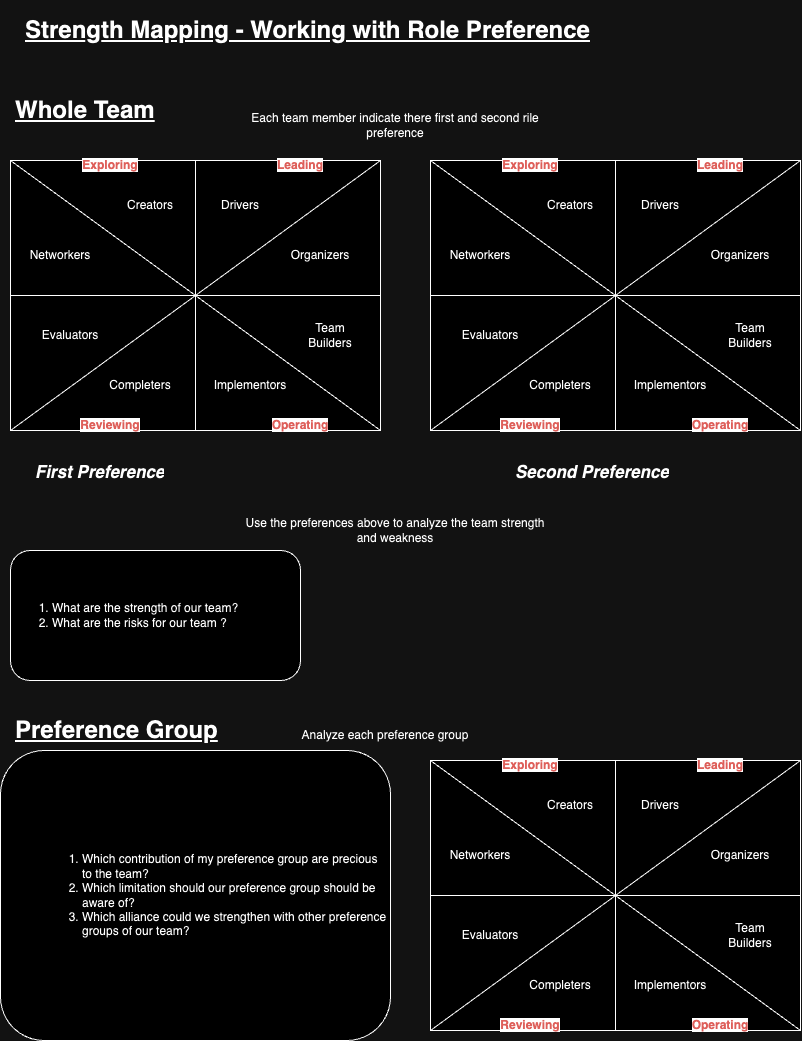
tabdulazeez/all-about-data keeps this draw.io diagram as docs/blog/posts/teammanagement/strengthmapping.png. Above is the earlier version. Source tidied: cells renumbered, new cells last; positions are measured from the earlier drawing's top-left corner, leaving out a move shared by most shapes.
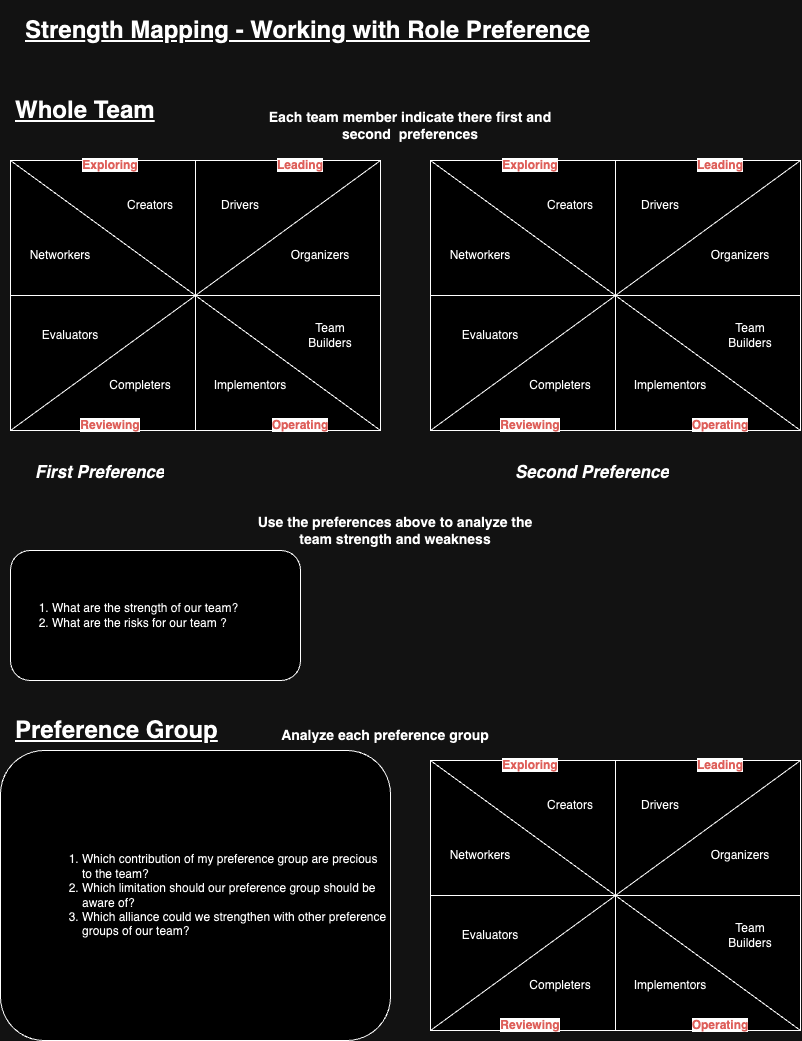
The same file after the commit.

Commit message:
Strength Mapping: Leveraging Role Preferences for Team Success - update image

Diff of the diagram source:
```diff
@@ -185,13 +185,13 @@
     <mxCell id="62" style="endArrow=none;html=1;rounded=0;exitX=0;exitY=0.5;exitDx=0;exitDy=0;entryX=1;entryY=0.5;entryDx=0;entryDy=0;" parent="1" edge="1" source="45" target="45">
       <mxGeometry relative="1" as="geometry" />
     </mxCell>
-    <mxCell id="63" value="Each team member indicate there first and second rile preference" style="text;html=1;strokeColor=none;fillColor=none;align=center;verticalAlign=middle;whiteSpace=wrap;rounded=0;" parent="1" vertex="1">
-      <mxGeometry x="240" y="100" width="310" height="30" as="geometry" />
+    <mxCell id="63" value="&lt;font style=&quot;font-size: 14px;&quot;&gt;&lt;b&gt;Each team member indicate there first and second&amp;nbsp; preferences&lt;/b&gt;&lt;/font&gt;" style="text;html=1;strokeColor=none;fillColor=none;align=center;verticalAlign=middle;whiteSpace=wrap;rounded=0;" parent="1" vertex="1">
+      <mxGeometry x="240" y="100" width="340" height="30" as="geometry" />
     </mxCell>
-    <mxCell id="64" value="Use the preferences above to analyze the team strength and weakness" style="text;html=1;strokeColor=none;fillColor=none;align=center;verticalAlign=middle;whiteSpace=wrap;rounded=0;" parent="1" vertex="1">
+    <mxCell id="64" value="&lt;font style=&quot;font-size: 14px;&quot;&gt;&lt;b&gt;Use the preferences above to analyze the team strength and weakness&lt;/b&gt;&lt;/font&gt;" style="text;html=1;strokeColor=none;fillColor=none;align=center;verticalAlign=middle;whiteSpace=wrap;rounded=0;" parent="1" vertex="1">
       <mxGeometry x="240" y="505" width="310" height="30" as="geometry" />
     </mxCell>
-    <mxCell id="65" value="Analyze each preference group" style="text;html=1;strokeColor=none;fillColor=none;align=center;verticalAlign=middle;whiteSpace=wrap;rounded=0;" parent="1" vertex="1">
+    <mxCell id="65" value="&lt;font style=&quot;font-size: 14px;&quot;&gt;&lt;b&gt;Analyze each preference group&lt;/b&gt;&lt;/font&gt;" style="text;html=1;strokeColor=none;fillColor=none;align=center;verticalAlign=middle;whiteSpace=wrap;rounded=0;" parent="1" vertex="1">
       <mxGeometry x="230" y="710" width="310" height="30" as="geometry" />
     </mxCell>
   </root>
```
